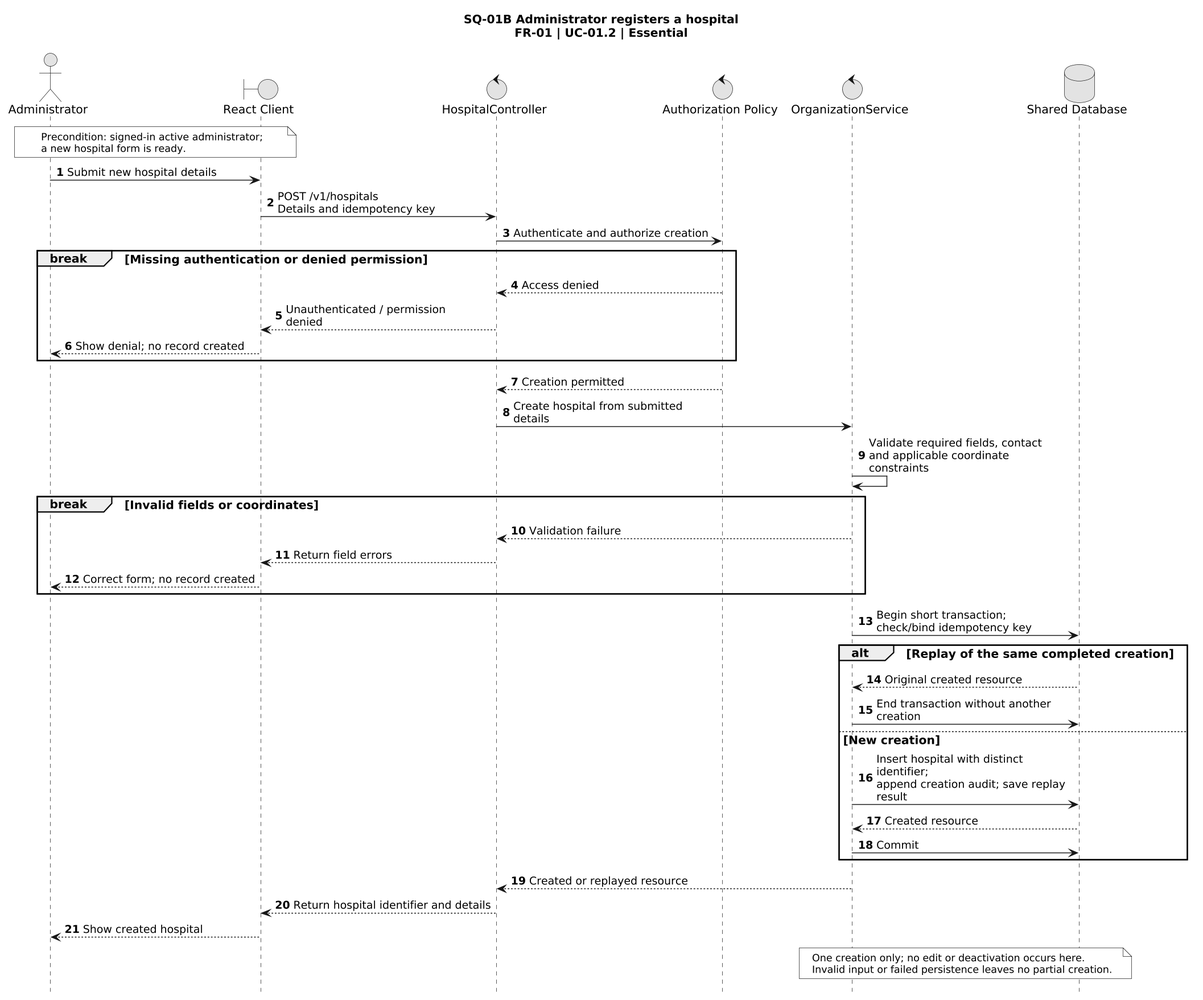
Before: docs/uml/Sequence/SQ-01B-CreateHospital.png, a diagram exported from PlantUML (TitanDevX/BloodBankPlatformUni).
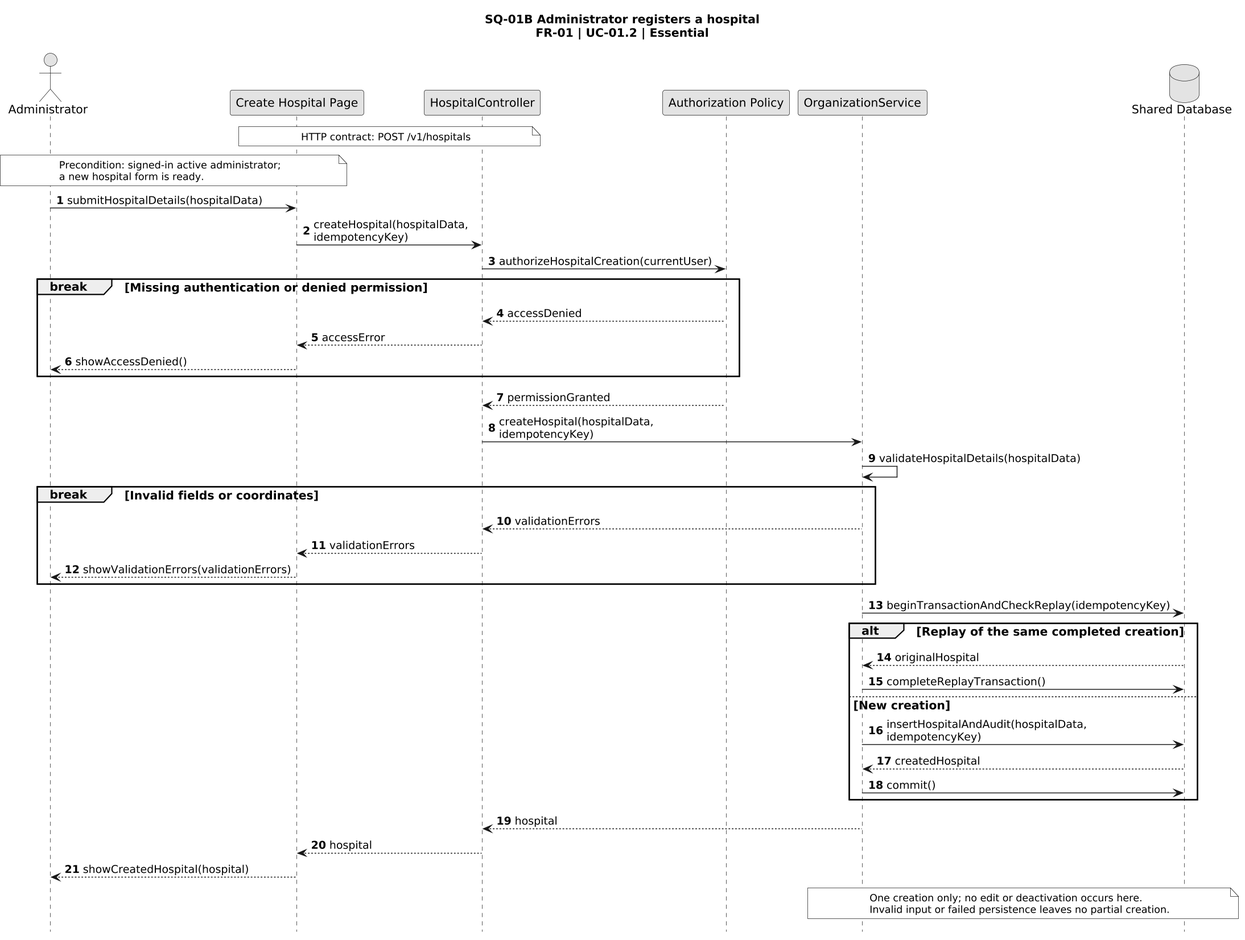
The same file after the commit.

Change to the diagram source:
```diff
@@ -11,43 +11,46 @@
 skinparam maxMessageSize 240
 autonumber
 actor Administrator as Admin
-boundary "React Client" as Client
-control "HospitalController" as Ctrl
-control "Authorization Policy" as Policy
-control "OrganizationService" as Svc
+participant "Create Hospital Page" as Client
+participant "HospitalController" as Ctrl
+participant "Authorization Policy" as Policy
+participant "OrganizationService" as Svc
 database "Shared Database" as DB
+note over Client, Ctrl
+ HTTP contract: POST /v1/hospitals
+end note
 note over Admin, Client
  Precondition: signed-in active administrator;
  a new hospital form is ready.
 end note
-Admin -> Client: Submit new hospital details
-Client -> Ctrl: POST /v1/hospitals\nDetails and idempotency key
-Ctrl -> Policy: Authenticate and authorize creation
+Admin -> Client: submitHospitalDetails(hospitalData)
+Client -> Ctrl: createHospital(hospitalData, idempotencyKey)
+Ctrl -> Policy: authorizeHospitalCreation(currentUser)
 break Missing authentication or denied permission
- Policy --> Ctrl: Access denied
- Ctrl --> Client: Unauthenticated / permission denied
- Client --> Admin: Show denial; no record created
+ Policy --> Ctrl: accessDenied
+ Ctrl --> Client: accessError
+ Client --> Admin: showAccessDenied()
 end
-Policy --> Ctrl: Creation permitted
-Ctrl -> Svc: Create hospital from submitted details
-Svc -> Svc: Validate required fields, contact\nand applicable coordinate constraints
+Policy --> Ctrl: permissionGranted
+Ctrl -> Svc: createHospital(hospitalData, idempotencyKey)
+Svc -> Svc: validateHospitalDetails(hospitalData)
 break Invalid fields or coordinates
- Svc --> Ctrl: Validation failure
- Ctrl --> Client: Return field errors
- Client --> Admin: Correct form; no record created
+ Svc --> Ctrl: validationErrors
+ Ctrl --> Client: validationErrors
+ Client --> Admin: showValidationErrors(validationErrors)
 end
-Svc -> DB: Begin short transaction;\ncheck/bind idempotency key
+Svc -> DB: beginTransactionAndCheckReplay(idempotencyKey)
 alt Replay of the same completed creation
- DB --> Svc: Original created resource
- Svc -> DB: End transaction without another creation
+ DB --> Svc: originalHospital
+ Svc -> DB: completeReplayTransaction()
 else New creation
- Svc -> DB: Insert hospital with distinct identifier;\nappend creation audit; save replay result
- DB --> Svc: Created resource
- Svc -> DB: Commit
+ Svc -> DB: insertHospitalAndAudit(hospitalData, idempotencyKey)
+ DB --> Svc: createdHospital
+ Svc -> DB: commit()
 end
-Svc --> Ctrl: Created or replayed resource
-Ctrl --> Client: Return hospital identifier and details
-Client --> Admin: Show created hospital
+Svc --> Ctrl: hospital
+Ctrl --> Client: hospital
+Client --> Admin: showCreatedHospital(hospital)
 note over Svc, DB
  One creation only; no edit or deactivation occurs here.
  Invalid input or failed persistence leaves no partial creation.
```
